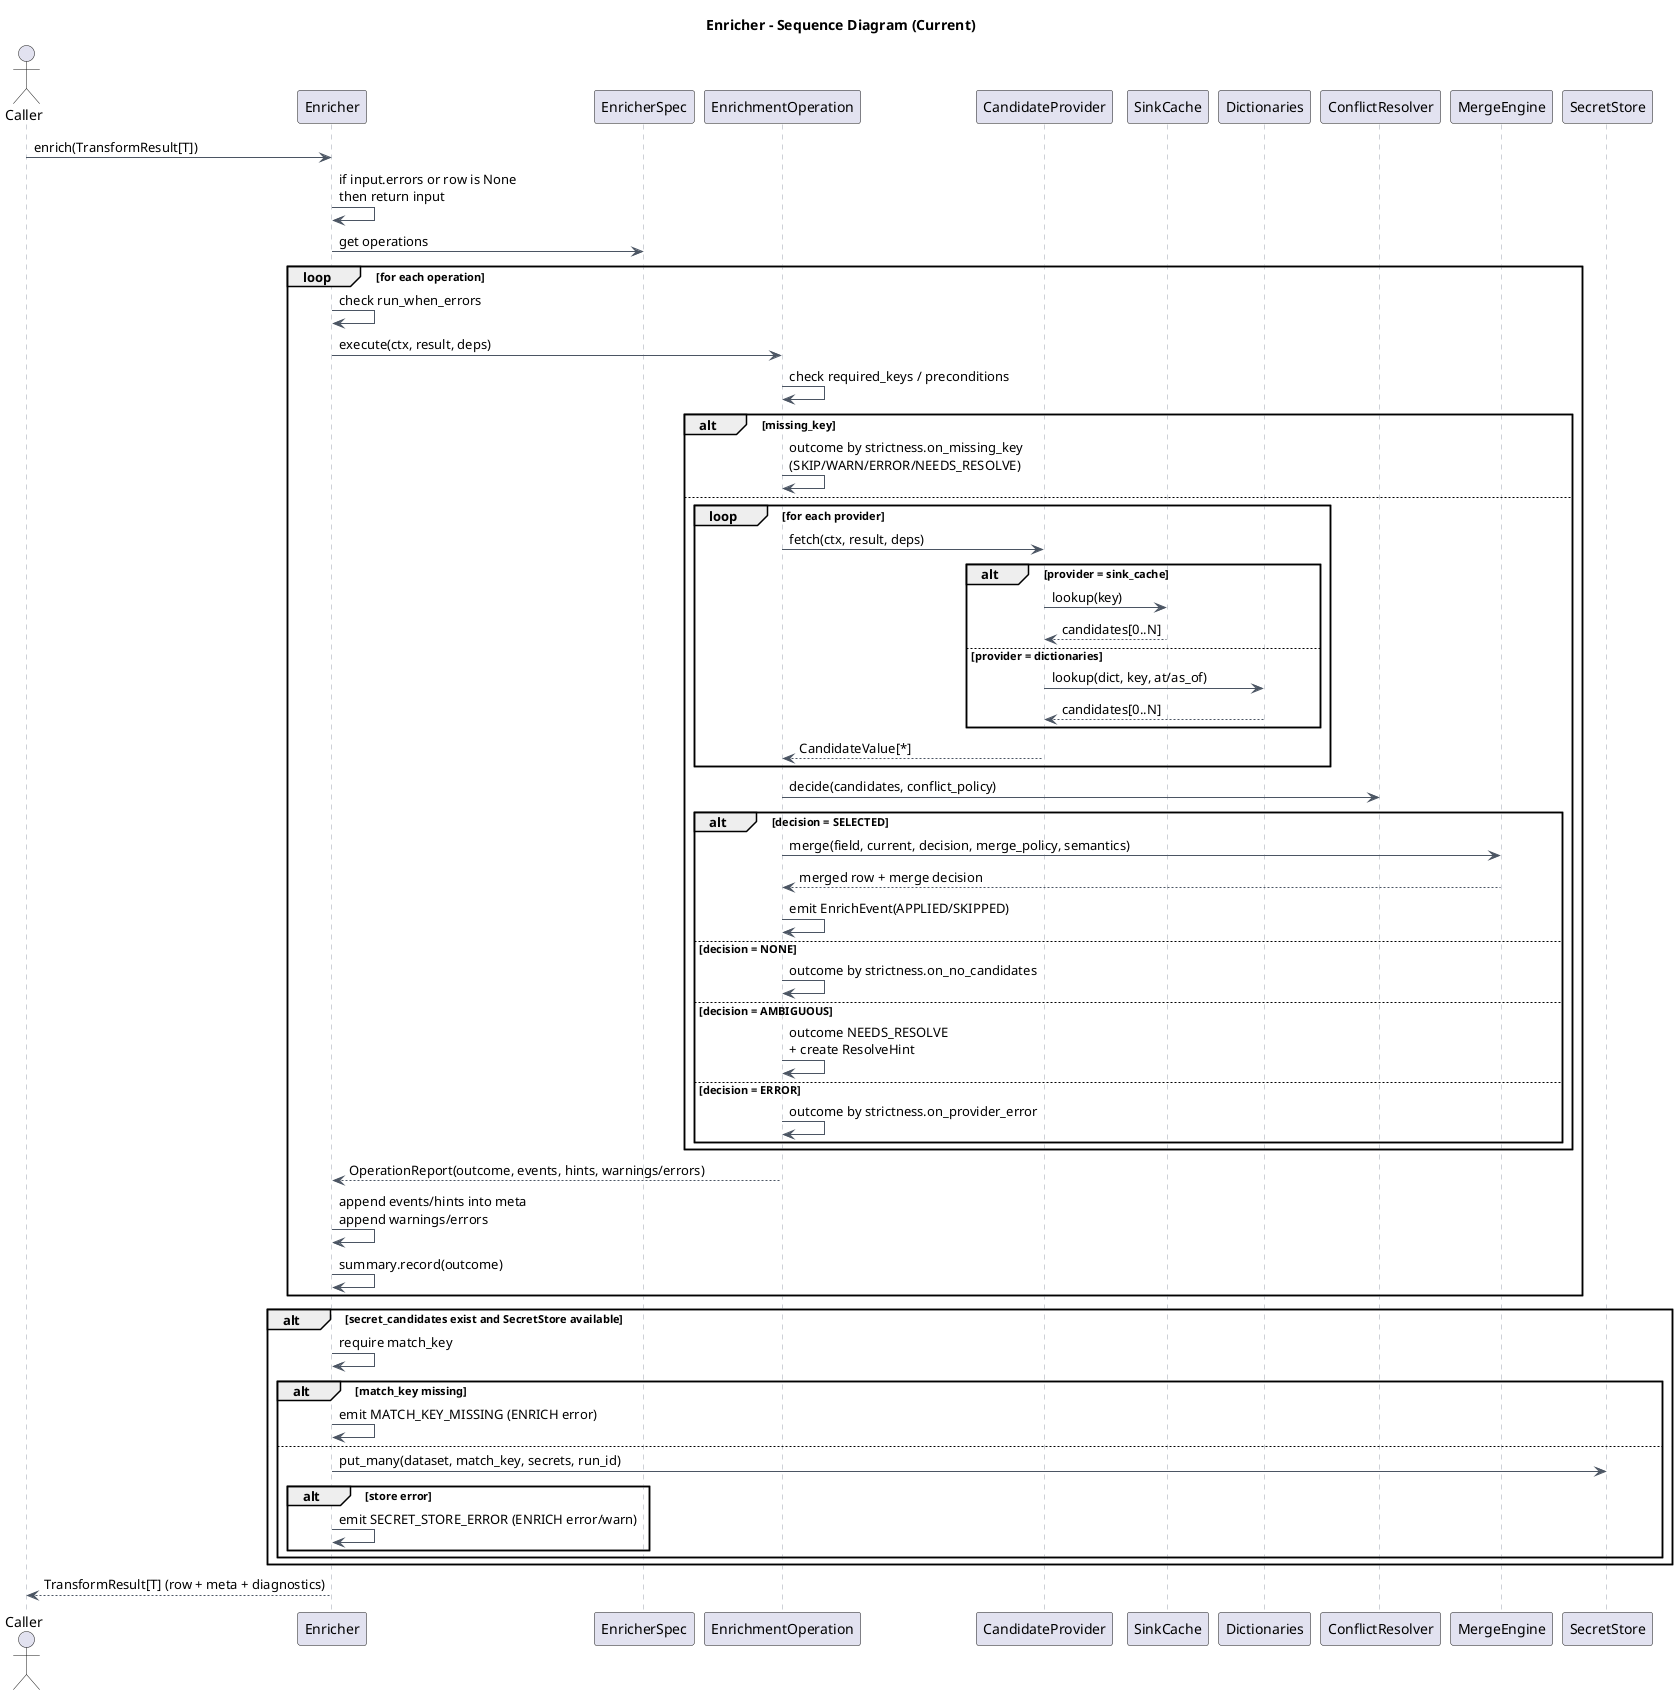
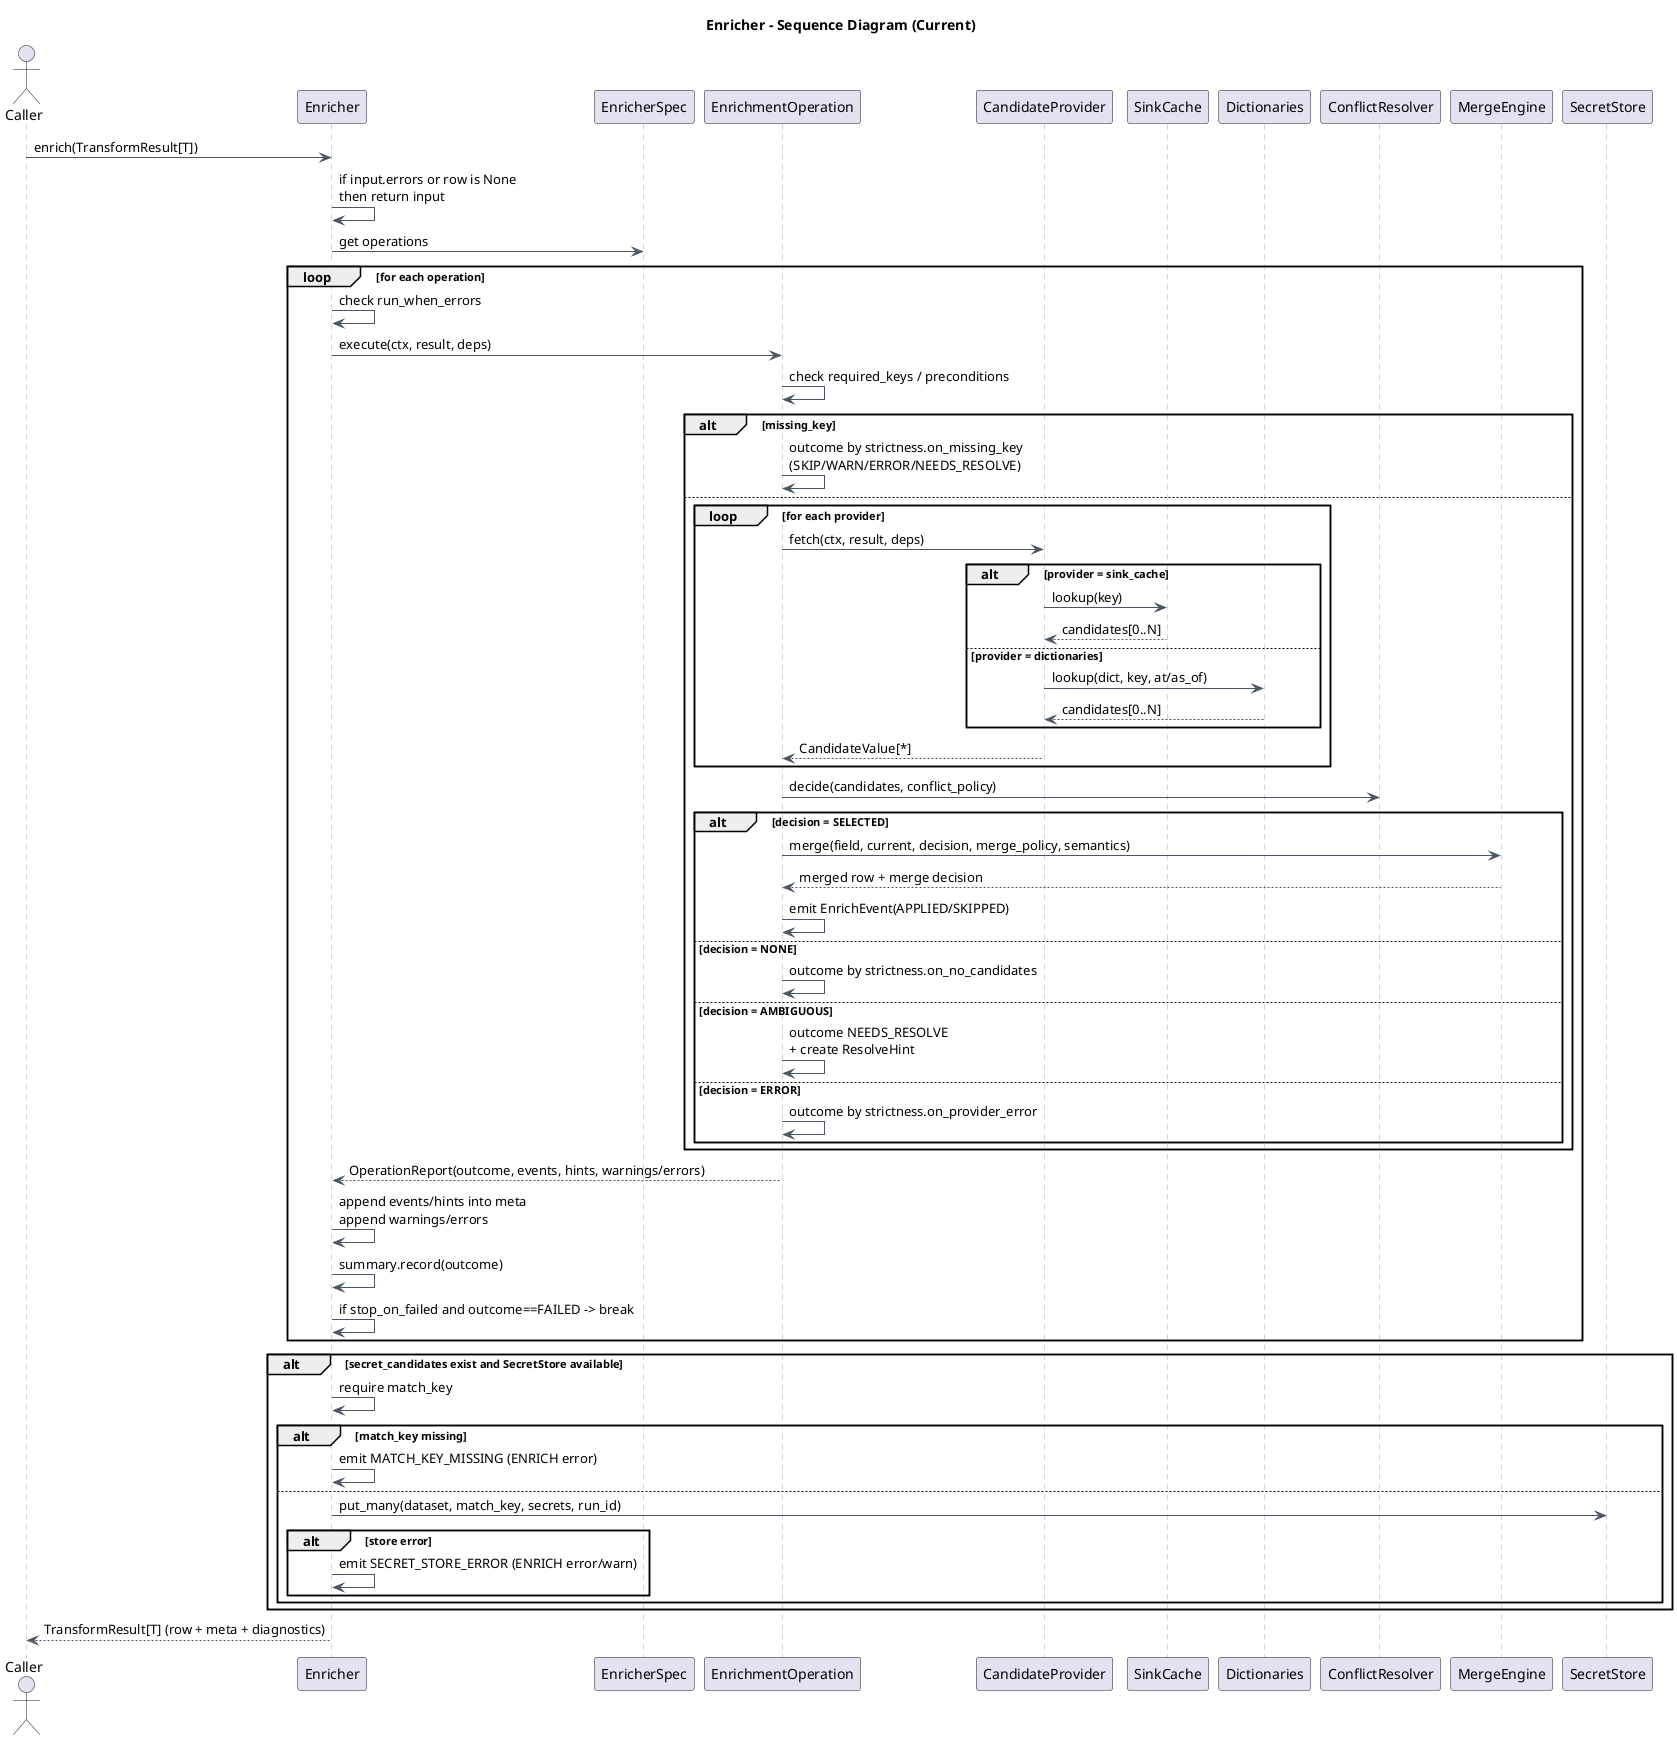
@startuml
title Enricher - Sequence Diagram (Current)
skinparam backgroundColor white
skinparam linetype ortho
skinparam defaultFontName Arial
skinparam sequence {
  ArrowColor #4b5563
  LifeLineBorderColor #9ca3af
}

actor Caller
participant Enricher
participant EnricherSpec
participant "EnrichmentOperation" as Op
participant "CandidateProvider" as Provider
participant SinkCache
participant Dictionaries
participant ConflictResolver
participant MergeEngine
participant SecretStore

Caller -> Enricher: enrich(TransformResult[T])
Enricher -> Enricher: if input.errors or row is None\nthen return input

Enricher -> EnricherSpec: get operations
loop for each operation
  Enricher -> Enricher: check run_when_errors
  Enricher -> Op: execute(ctx, result, deps)
  Op -> Op: check required_keys / preconditions

  alt missing_key
    Op -> Op: outcome by strictness.on_missing_key\n(SKIP/WARN/ERROR/NEEDS_RESOLVE)
  else
    loop for each provider
      Op -> Provider: fetch(ctx, result, deps)
      alt provider = sink_cache
        Provider -> SinkCache: lookup(key)
        SinkCache --> Provider: candidates[0..N]
      else provider = dictionaries
        Provider -> Dictionaries: lookup(dict, key, at/as_of)
        Dictionaries --> Provider: candidates[0..N]
      end
      Provider --> Op: CandidateValue[*]
    end

    Op -> ConflictResolver: decide(candidates, conflict_policy)

    alt decision = SELECTED
      Op -> MergeEngine: merge(field, current, decision, merge_policy, semantics)
      MergeEngine --> Op: merged row + merge decision
      Op -> Op: emit EnrichEvent(APPLIED/SKIPPED)
    else decision = NONE
      Op -> Op: outcome by strictness.on_no_candidates
    else decision = AMBIGUOUS
      Op -> Op: outcome NEEDS_RESOLVE\n+ create ResolveHint
    else decision = ERROR
      Op -> Op: outcome by strictness.on_provider_error
    end
  end

  Op --> Enricher: OperationReport(outcome, events, hints, warnings/errors)
  Enricher -> Enricher: append events/hints into meta\nappend warnings/errors
  Enricher -> Enricher: summary.record(outcome)
+   Enricher -> Enricher: if stop_on_failed and outcome==FAILED -> break
end

alt secret_candidates exist and SecretStore available
  Enricher -> Enricher: require match_key
  alt match_key missing
    Enricher -> Enricher: emit MATCH_KEY_MISSING (ENRICH error)
  else
    Enricher -> SecretStore: put_many(dataset, match_key, secrets, run_id)
    alt store error
      Enricher -> Enricher: emit SECRET_STORE_ERROR (ENRICH error/warn)
    end
  end
end

Enricher --> Caller: TransformResult[T] (row + meta + diagnostics)
@enduml
